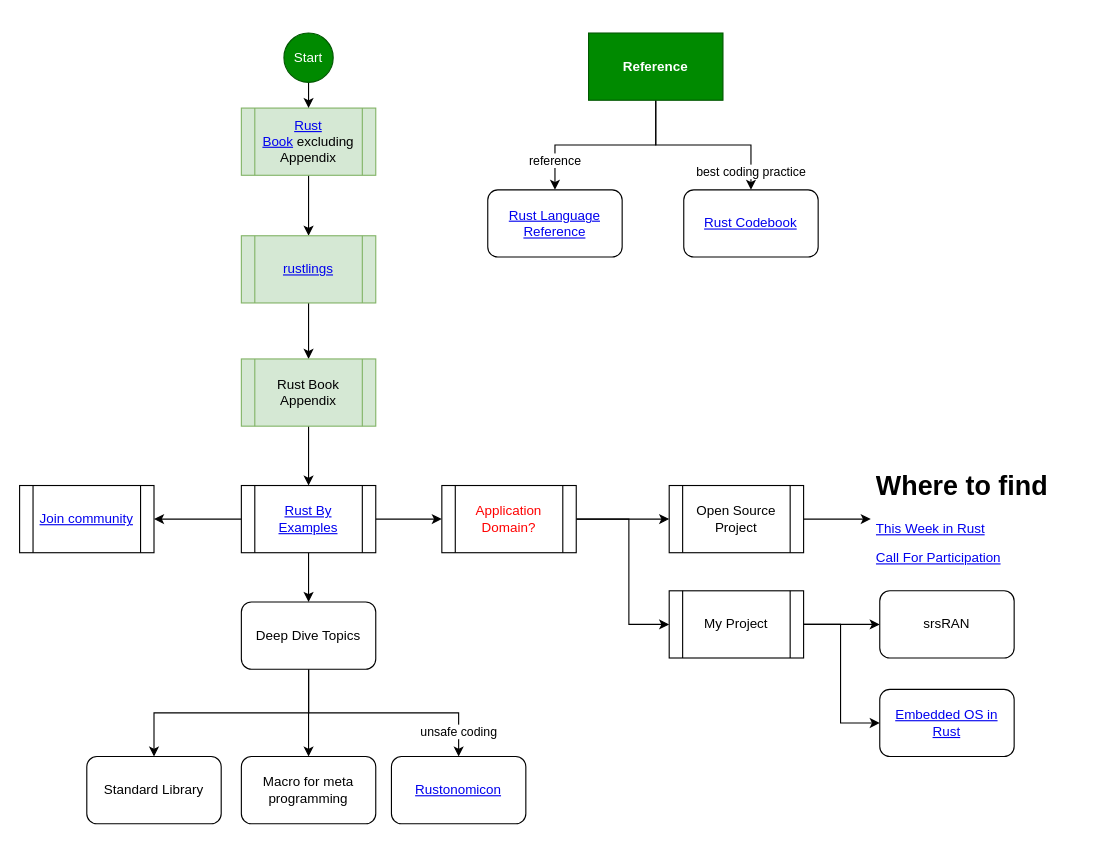
The draw.io diagram learning_roadmap.drawio in gftea/rust_lang_notes, before the edit. Source tidied: cells renumbered, new cells numbered last; positions are measured from the earlier drawing's top-left corner, leaving out a move shared by most shapes. Both pictures are drawn from the tidied source at 112%, with x=0, y=0 at pixel (19, 32).
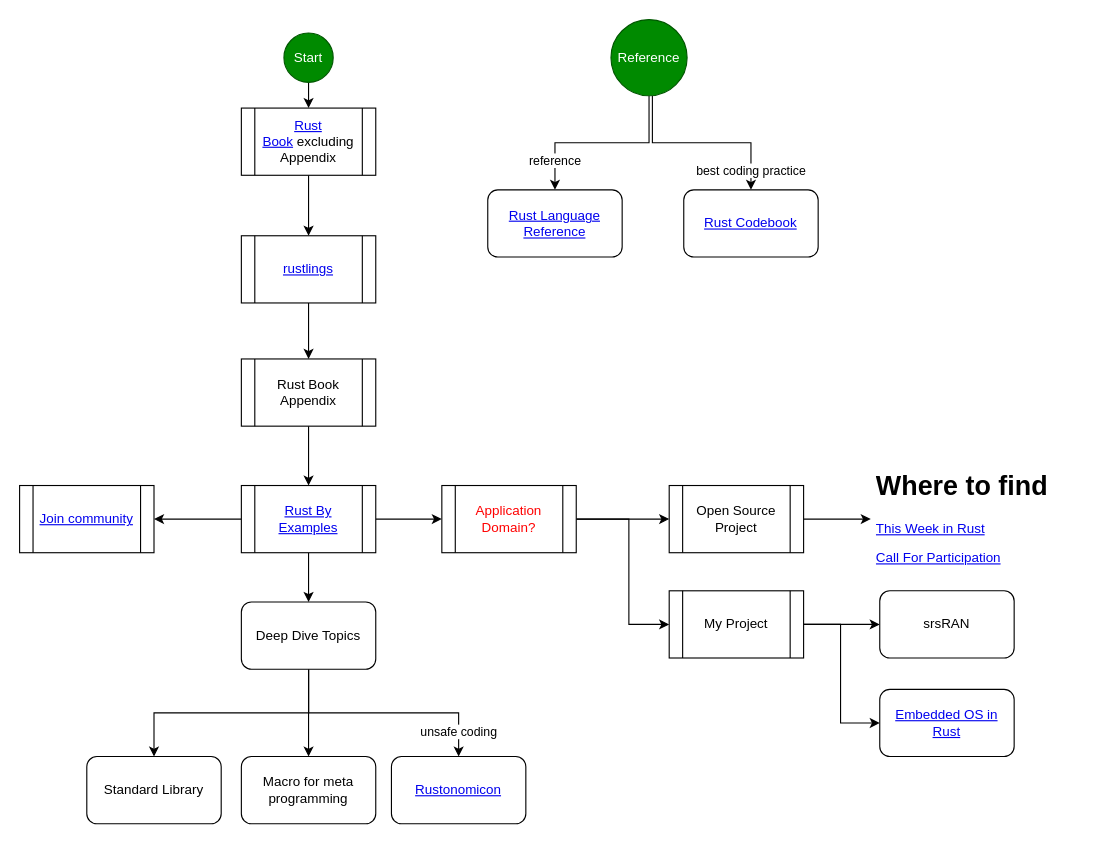
The same page after the edit.

Unchanged cells that the change refers to:
```xml
<mxCell id="35" value="&lt;a href=&quot;https://rust-lang-nursery.github.io/rust-cookbook/&quot;&gt;Rust Codebook&lt;/a&gt;" style="rounded=1;whiteSpace=wrap;html=1;" parent="1" vertex="1">
  <mxGeometry x="593" y="140" width="120" height="60" as="geometry" />
</mxCell>
```

What changed in the source:
```diff
@@
-    <mxCell id="3" value="&lt;a href=&quot;https://doc.rust-lang.org/book/&quot;&gt;Rust Book&lt;/a&gt;&amp;nbsp;excluding Appendix" style="shape=process;whiteSpace=wrap;html=1;backgroundOutline=1;fillColor=#d5e8d4;strokeColor=#82b366;" parent="1" vertex="1">
+    <mxCell id="3" value="&lt;a href=&quot;https://doc.rust-lang.org/book/&quot;&gt;Rust Book&lt;/a&gt;&amp;nbsp;excluding Appendix" style="shape=process;whiteSpace=wrap;html=1;backgroundOutline=1;" parent="1" vertex="1">
       <mxGeometry x="198" y="67" width="120" height="60" as="geometry" />
     </mxCell>
@@
-    <mxCell id="6" value="&lt;a href=&quot;https://github.com/rust-lang/rustlings/&quot;&gt;rustlings&lt;/a&gt;" style="shape=process;whiteSpace=wrap;html=1;backgroundOutline=1;fillColor=#d5e8d4;strokeColor=#82b366;" parent="1" vertex="1">
+    <mxCell id="6" value="&lt;a href=&quot;https://github.com/rust-lang/rustlings/&quot;&gt;rustlings&lt;/a&gt;" style="shape=process;whiteSpace=wrap;html=1;backgroundOutline=1;" parent="1" vertex="1">
       <mxGeometry x="198" y="181" width="120" height="60" as="geometry" />
     </mxCell>
@@
-    <mxCell id="11" value="&lt;font color=&quot;#000000&quot;&gt;best coding practice&lt;/font&gt;" style="edgeStyle=orthogonalEdgeStyle;rounded=0;jettySize=auto;html=1;entryX=0.5;entryY=0;entryDx=0;entryDy=0;fontColor=#FF0000;exitX=0.5;exitY=1;exitDx=0;exitDy=0;" parent="1" edge="1" source="37" target="35">
+    <mxCell id="11" value="&lt;font color=&quot;#000000&quot;&gt;best coding practice&lt;/font&gt;" style="edgeStyle=orthogonalEdgeStyle;rounded=0;jettySize=auto;html=1;entryX=0.5;entryY=0;entryDx=0;entryDy=0;fontColor=#FF0000;exitX=0.544;exitY=1;exitDx=0;exitDy=0;exitPerimeter=0;" parent="1" edge="1" source="37" target="35">
       <mxGeometry x="0.8" relative="1" as="geometry" />
     </mxCell>
@@
-    <mxCell id="13" value="Rust Book Appendix" style="shape=process;whiteSpace=wrap;html=1;backgroundOutline=1;fillColor=#d5e8d4;strokeColor=#82b366;" parent="1" vertex="1">
+    <mxCell id="13" value="Rust Book Appendix" style="shape=process;whiteSpace=wrap;html=1;backgroundOutline=1;" parent="1" vertex="1">
       <mxGeometry x="198" y="291" width="120" height="60" as="geometry" />
     </mxCell>
@@
-    <mxCell id="37" value="Reference" style="rounded=0;whiteSpace=wrap;html=1;fontStyle=1;fillColor=#008a00;fontColor=#ffffff;strokeColor=#005700;" parent="1" vertex="1">
-      <mxGeometry x="508" width="120" height="60" as="geometry" />
+    <mxCell id="37" value="Reference" style="ellipse;whiteSpace=wrap;html=1;fillColor=#008a00;strokeColor=#005700;fontColor=#ffffff;" parent="1" vertex="1">
+      <mxGeometry x="528" y="-12" width="68" height="68" as="geometry" />
     </mxCell>
```
